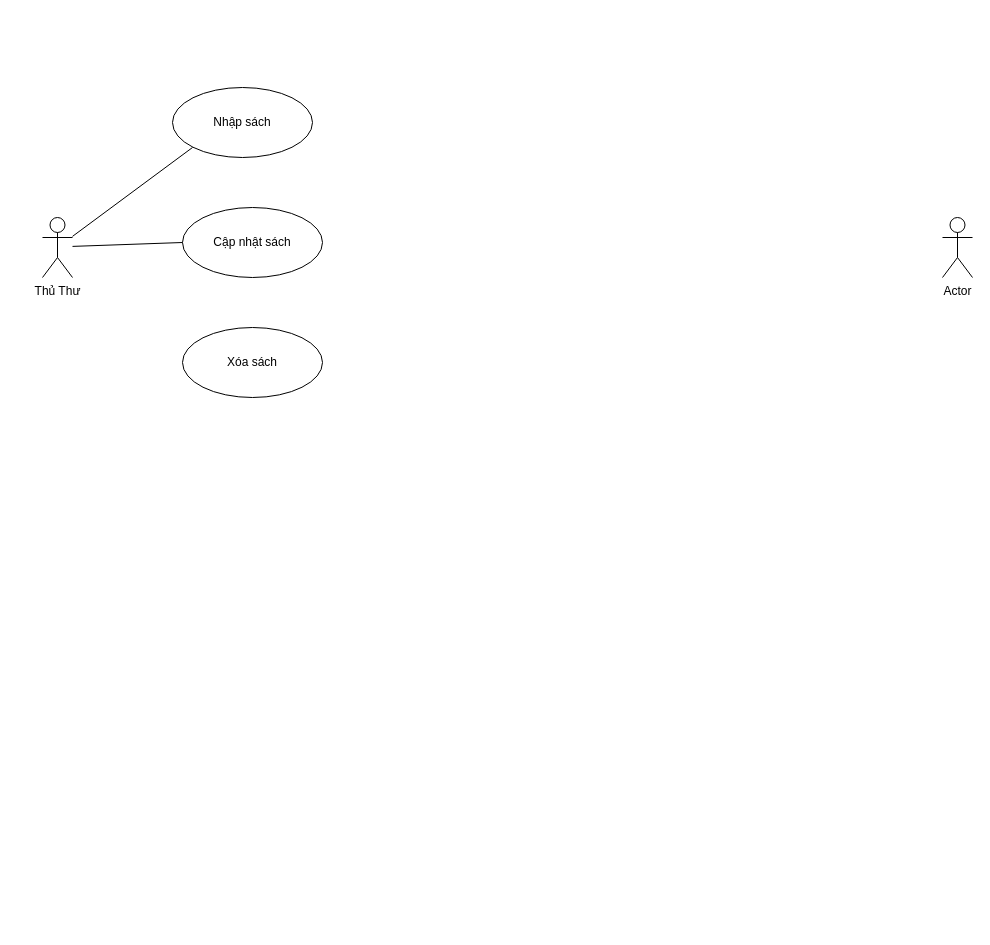
Earlier version of the draw.io diagram Untitled Diagram.drawio (nhantlt/deloy-todoList). Source tidied: cells renumbered, new cells numbered last; positions are measured from the earlier drawing's top-left corner, leaving out a move shared by most shapes. Both pictures are drawn from the tidied source at 100%, with x=0, y=0 at pixel (42, 87).
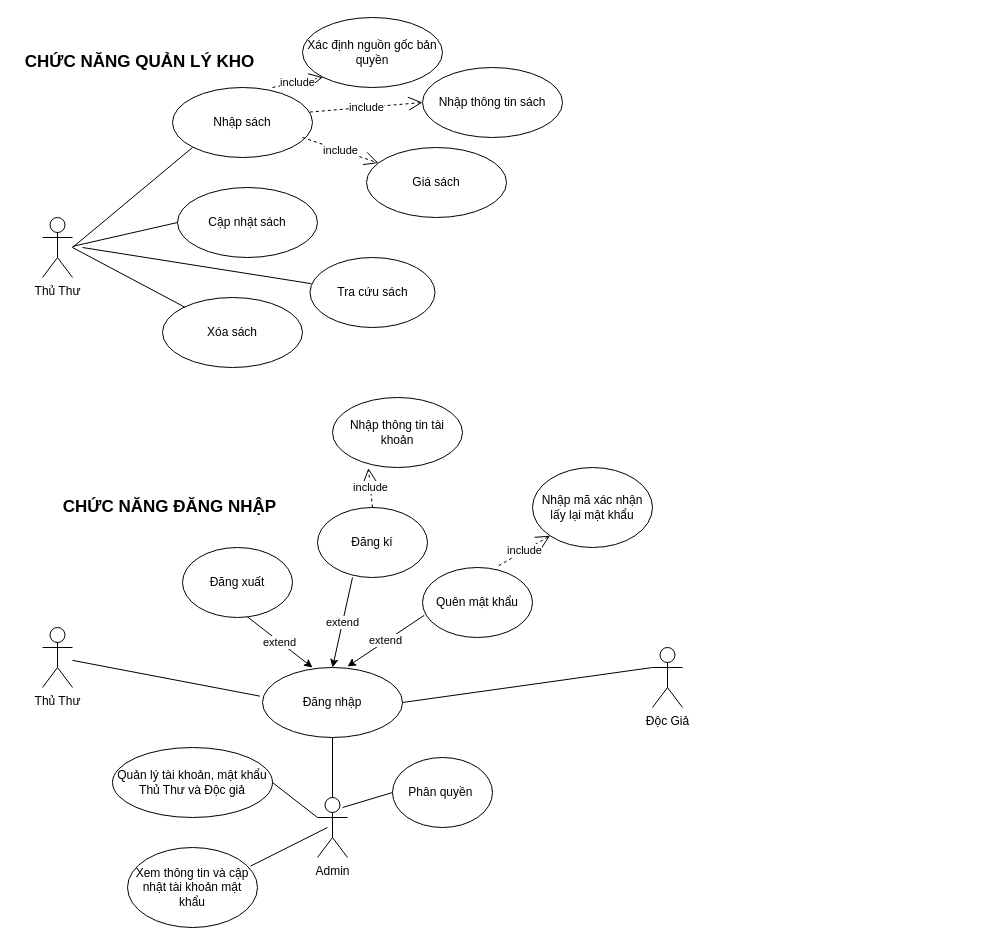
Above is the later version.

Commit message:
QLTV_QLK

Unchanged cells that the change refers to:
```xml
<mxCell id="2" value="Thủ Thư" style="shape=umlActor;verticalLabelPosition=bottom;verticalAlign=top;html=1;outlineConnect=0;" parent="1" vertex="1">
  <mxGeometry y="130" width="30" height="60" as="geometry" />
</mxCell>
<mxCell id="4" value="Nhập sách" style="ellipse;whiteSpace=wrap;html=1;" parent="1" vertex="1">
  <mxGeometry x="130" width="140" height="70" as="geometry" />
</mxCell>
```

The edit, as a diff of the source:
```diff
@@
-    <mxCell id="3" value="Actor" style="shape=umlActor;verticalLabelPosition=bottom;verticalAlign=top;html=1;" parent="1" vertex="1">
-      <mxGeometry x="900" y="130" width="30" height="60" as="geometry" />
-    </mxCell>
@@
     <mxCell id="5" value="Cập nhật sách" style="ellipse;whiteSpace=wrap;html=1;" parent="1" vertex="1">
-      <mxGeometry x="140" y="120" width="140" height="70" as="geometry" />
+      <mxGeometry x="135" y="100" width="140" height="70" as="geometry" />
     </mxCell>
     <mxCell id="6" value="Xóa sách" style="ellipse;whiteSpace=wrap;html=1;" parent="1" vertex="1">
-      <mxGeometry x="140" y="240" width="140" height="70" as="geometry" />
+      <mxGeometry x="120" y="210" width="140" height="70" as="geometry" />
     </mxCell>
-    <mxCell id="7" style="endArrow=none;html=1;rounded=0;" parent="1" edge="1" source="2">
+    <mxCell id="7" style="endArrow=none;html=1;rounded=0;" parent="1" edge="1">
       <mxGeometry relative="1" as="geometry">
+        <mxPoint x="30" y="160" as="sourcePoint" />
         <mxPoint x="150" y="60" as="targetPoint" />
       </mxGeometry>
     </mxCell>
@@
+    <mxCell id="9" style="endArrow=none;html=1;rounded=0;" parent="1" edge="1" target="6">
+      <mxGeometry relative="1" as="geometry">
+        <mxPoint x="30" y="160" as="sourcePoint" />
+      </mxGeometry>
+    </mxCell>
+    <mxCell id="10" value="Xác định nguồn gốc bản quyền" style="ellipse;whiteSpace=wrap;html=1;" parent="1" vertex="1">
+      <mxGeometry x="260" y="-70" width="140" height="70" as="geometry" />
+    </mxCell>
+    <mxCell id="11" value="Nhập thông tin sách" style="ellipse;whiteSpace=wrap;html=1;" parent="1" vertex="1">
+      <mxGeometry x="380" y="-20" width="140" height="70" as="geometry" />
+    </mxCell>
+    <mxCell id="12" value="Giá sách" style="ellipse;whiteSpace=wrap;html=1;" parent="1" vertex="1">
+      <mxGeometry x="324" y="60" width="140" height="70" as="geometry" />
+    </mxCell>
+    <mxCell id="13" value="include" style="endArrow=open;endSize=12;dashed=1;html=1;rounded=0;entryX=0;entryY=1;entryDx=0;entryDy=0;" parent="1" edge="1" target="10">
+      <mxGeometry relative="1" as="geometry">
+        <mxPoint x="230" as="sourcePoint" />
+      </mxGeometry>
+    </mxCell>
+    <mxCell id="14" value="include" style="endArrow=open;endSize=12;dashed=1;html=1;rounded=0;entryX=0;entryY=0.5;entryDx=0;entryDy=0;exitX=0.981;exitY=0.351;exitDx=0;exitDy=0;exitPerimeter=0;" parent="1" edge="1" source="4" target="11">
+      <mxGeometry relative="1" as="geometry" />
+    </mxCell>
+    <mxCell id="15" value="include" style="endArrow=open;endSize=12;dashed=1;html=1;rounded=0;exitX=0.981;exitY=0.351;exitDx=0;exitDy=0;exitPerimeter=0;" parent="1" edge="1" target="12">
+      <mxGeometry relative="1" as="geometry">
+        <mxPoint x="260" y="50" as="sourcePoint" />
+      </mxGeometry>
+    </mxCell>
+    <mxCell id="16" value="Thủ Thư" style="shape=umlActor;verticalLabelPosition=bottom;verticalAlign=top;html=1;outlineConnect=0;" parent="1" vertex="1">
+      <mxGeometry y="540" width="30" height="60" as="geometry" />
+    </mxCell>
+    <mxCell id="17" value="Đăng nhập" style="ellipse;whiteSpace=wrap;html=1;" parent="1" vertex="1">
+      <mxGeometry x="220" y="580" width="140" height="70" as="geometry" />
+    </mxCell>
+    <mxCell id="18" value="Độc Giả" style="shape=umlActor;verticalLabelPosition=bottom;verticalAlign=top;html=1;outlineConnect=0;" parent="1" vertex="1">
+      <mxGeometry x="610" y="560" width="30" height="60" as="geometry" />
+    </mxCell>
+    <mxCell id="19" value="Admin" style="shape=umlActor;verticalLabelPosition=bottom;verticalAlign=top;html=1;outlineConnect=0;" parent="1" vertex="1">
+      <mxGeometry x="275" y="710" width="30" height="60" as="geometry" />
+    </mxCell>
+    <mxCell id="20" style="endArrow=none;html=1;rounded=0;exitX=0.5;exitY=0;exitDx=0;exitDy=0;exitPerimeter=0;" parent="1" edge="1" source="19" target="17">
+      <mxGeometry relative="1" as="geometry" />
+    </mxCell>
+    <mxCell id="21" style="endArrow=none;html=1;rounded=0;entryX=-0.019;entryY=0.409;entryDx=0;entryDy=0;entryPerimeter=0;" parent="1" edge="1" source="16" target="17">
+      <mxGeometry relative="1" as="geometry" />
+    </mxCell>
+    <mxCell id="22" style="endArrow=none;html=1;rounded=0;exitX=0;exitY=0.3333333333333333;exitDx=0;exitDy=0;exitPerimeter=0;entryX=1;entryY=0.5;entryDx=0;entryDy=0;" parent="1" edge="1" source="18" target="17">
+      <mxGeometry relative="1" as="geometry" />
+    </mxCell>
+    <mxCell id="23" value="Đăng xuất" style="ellipse;whiteSpace=wrap;html=1;" parent="1" vertex="1">
+      <mxGeometry x="140" y="460" width="110" height="70" as="geometry" />
+    </mxCell>
+    <mxCell id="24" value="Đăng kí" style="ellipse;whiteSpace=wrap;html=1;" parent="1" vertex="1">
+      <mxGeometry x="275" y="420" width="110" height="70" as="geometry" />
+    </mxCell>
+    <mxCell id="25" value="Quên mật khẩu" style="ellipse;whiteSpace=wrap;html=1;" parent="1" vertex="1">
+      <mxGeometry x="380" y="480" width="110" height="70" as="geometry" />
+    </mxCell>
+    <mxCell id="26" value="extend" style="endArrow=classic;html=1;rounded=0;exitX=0.016;exitY=0.683;exitDx=0;exitDy=0;exitPerimeter=0;entryX=0.607;entryY=-0.014;entryDx=0;entryDy=0;entryPerimeter=0;" parent="1" edge="1" source="25" target="17">
+      <mxGeometry relative="1" as="geometry" />
+    </mxCell>
+    <mxCell id="27" value="extend" style="endArrow=classic;html=1;rounded=0;entryX=0.5;entryY=0;entryDx=0;entryDy=0;" parent="1" edge="1" target="17">
+      <mxGeometry relative="1" as="geometry">
+        <mxPoint x="310" y="490" as="sourcePoint" />
+      </mxGeometry>
+    </mxCell>
+    <mxCell id="28" value="extend" style="endArrow=classic;html=1;rounded=0;exitX=0.591;exitY=0.991;exitDx=0;exitDy=0;exitPerimeter=0;" parent="1" edge="1" source="23">
+      <mxGeometry relative="1" as="geometry">
+        <mxPoint x="270" y="580" as="targetPoint" />
+      </mxGeometry>
+    </mxCell>
+    <mxCell id="29" value="Nhập thông tin tài khoản" style="ellipse;whiteSpace=wrap;html=1;" parent="1" vertex="1">
+      <mxGeometry x="290" y="310" width="130" height="70" as="geometry" />
+    </mxCell>
+    <mxCell id="30" value="include" style="endArrow=open;endSize=12;dashed=1;html=1;rounded=0;entryX=0.276;entryY=1.009;entryDx=0;entryDy=0;exitX=0.5;exitY=0;exitDx=0;exitDy=0;entryPerimeter=0;" parent="1" edge="1" source="24" target="29">
+      <mxGeometry relative="1" as="geometry" />
+    </mxCell>
+    <mxCell id="31" value="Nhập mã xác nhận lấy lại mật khẩu" style="ellipse;whiteSpace=wrap;html=1;" parent="1" vertex="1">
+      <mxGeometry x="490" y="380" width="120" height="80" as="geometry" />
+    </mxCell>
+    <mxCell id="32" value="include" style="endArrow=open;endSize=12;dashed=1;html=1;rounded=0;exitX=0.693;exitY=-0.026;exitDx=0;exitDy=0;exitPerimeter=0;entryX=0;entryY=1;entryDx=0;entryDy=0;" parent="1" edge="1" source="25" target="31">
+      <mxGeometry relative="1" as="geometry" />
+    </mxCell>
+    <mxCell id="33" value="Quản lý tài khoản, mật khẩu Thủ Thư và Độc giả" style="ellipse;whiteSpace=wrap;html=1;" parent="1" vertex="1">
+      <mxGeometry x="70" y="660" width="160" height="70" as="geometry" />
+    </mxCell>
+    <mxCell id="34" value="Phân quyền&amp;nbsp;" style="ellipse;whiteSpace=wrap;html=1;" parent="1" vertex="1">
+      <mxGeometry x="350" y="670" width="100" height="70" as="geometry" />
+    </mxCell>
+    <mxCell id="35" style="endArrow=none;html=1;rounded=0;exitX=0.5;exitY=0;exitDx=0;exitDy=0;exitPerimeter=0;entryX=0;entryY=0.5;entryDx=0;entryDy=0;" parent="1" edge="1" target="34">
+      <mxGeometry relative="1" as="geometry">
+        <mxPoint x="300" y="720" as="sourcePoint" />
+      </mxGeometry>
+    </mxCell>
+    <mxCell id="36" style="endArrow=none;html=1;rounded=0;exitX=0;exitY=0.3333333333333333;exitDx=0;exitDy=0;exitPerimeter=0;entryX=1;entryY=0.5;entryDx=0;entryDy=0;" parent="1" edge="1" source="19" target="33">
+      <mxGeometry relative="1" as="geometry" />
+    </mxCell>
+    <mxCell id="37" value="Tra cứu sách" style="ellipse;whiteSpace=wrap;html=1;" parent="1" vertex="1">
+      <mxGeometry x="267.5" y="170" width="125" height="70" as="geometry" />
+    </mxCell>
+    <mxCell id="38" style="endArrow=none;html=1;rounded=0;entryX=0.011;entryY=0.374;entryDx=0;entryDy=0;entryPerimeter=0;" parent="1" edge="1" target="37">
+      <mxGeometry relative="1" as="geometry">
+        <mxPoint x="40" y="160" as="sourcePoint" />
+      </mxGeometry>
+    </mxCell>
+    <mxCell id="39" value="Xem thông tin và cập nhật tài khoản mật khẩu" style="ellipse;whiteSpace=wrap;html=1;" parent="1" vertex="1">
+      <mxGeometry x="85" y="760" width="130" height="80" as="geometry" />
+    </mxCell>
+    <mxCell id="40" style="endArrow=none;html=1;rounded=0;exitX=0;exitY=0.3333333333333333;exitDx=0;exitDy=0;exitPerimeter=0;entryX=0.946;entryY=0.233;entryDx=0;entryDy=0;entryPerimeter=0;" parent="1" edge="1" target="39">
+      <mxGeometry relative="1" as="geometry">
+        <mxPoint x="285" y="740" as="sourcePoint" />
+      </mxGeometry>
+    </mxCell>
+    <mxCell id="41" value="&lt;b&gt;&lt;font style=&quot;font-size: 17px;&quot;&gt;CHỨC NĂNG ĐĂNG NHẬP&lt;/font&gt;&lt;/b&gt;" style="text;html=1;strokeColor=none;fillColor=none;align=center;verticalAlign=middle;whiteSpace=wrap;rounded=0;" parent="1" vertex="1">
+      <mxGeometry x="5" y="405" width="245" height="30" as="geometry" />
+    </mxCell>
+    <mxCell id="42" value="&lt;b&gt;&lt;font style=&quot;font-size: 17px;&quot;&gt;CHỨC NĂNG QUẢN LÝ KHO&lt;/font&gt;&lt;/b&gt;" style="text;html=1;strokeColor=none;fillColor=none;align=center;verticalAlign=middle;whiteSpace=wrap;rounded=0;" parent="1" vertex="1">
+      <mxGeometry x="-25" y="-40" width="245" height="30" as="geometry" />
+    </mxCell>
```
